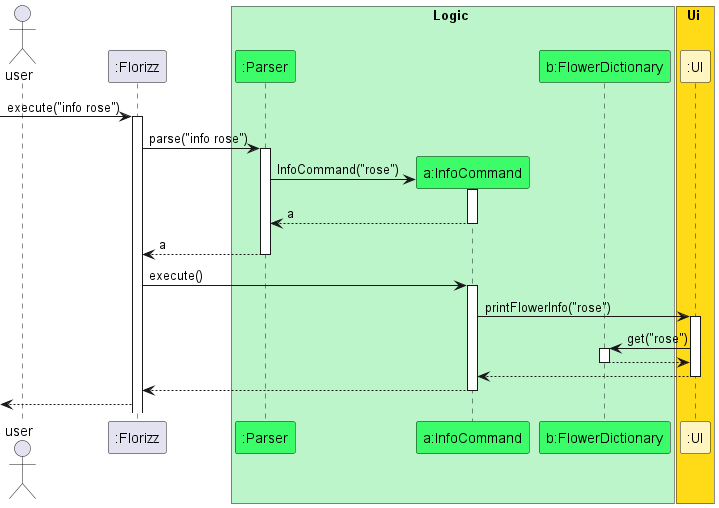
Before: docs/UML-diagrams/Ian/InfoCommandUML.png, a diagram exported from PlantUML (JeffinsonDarmawan/tp).
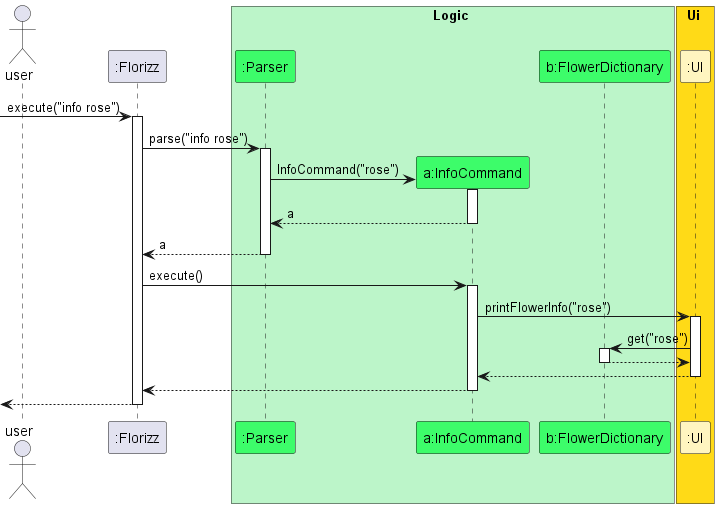
After the commit.

Commit message:
Updated UML diagram based on TA suggestion for add flower and info command

The edit, as a diff of the source:
```diff
@@ -1,5 +1,5 @@
 @startuml
-!include Ijaaz-style.puml
+!include Ian-style.puml
 
 actor "user" as user
 participant ":Florizz" as Florizz
@@ -47,4 +47,5 @@
 deactivate InfoCommand
 
 <--Florizz
+deactivate Florizz
 @enduml
```
